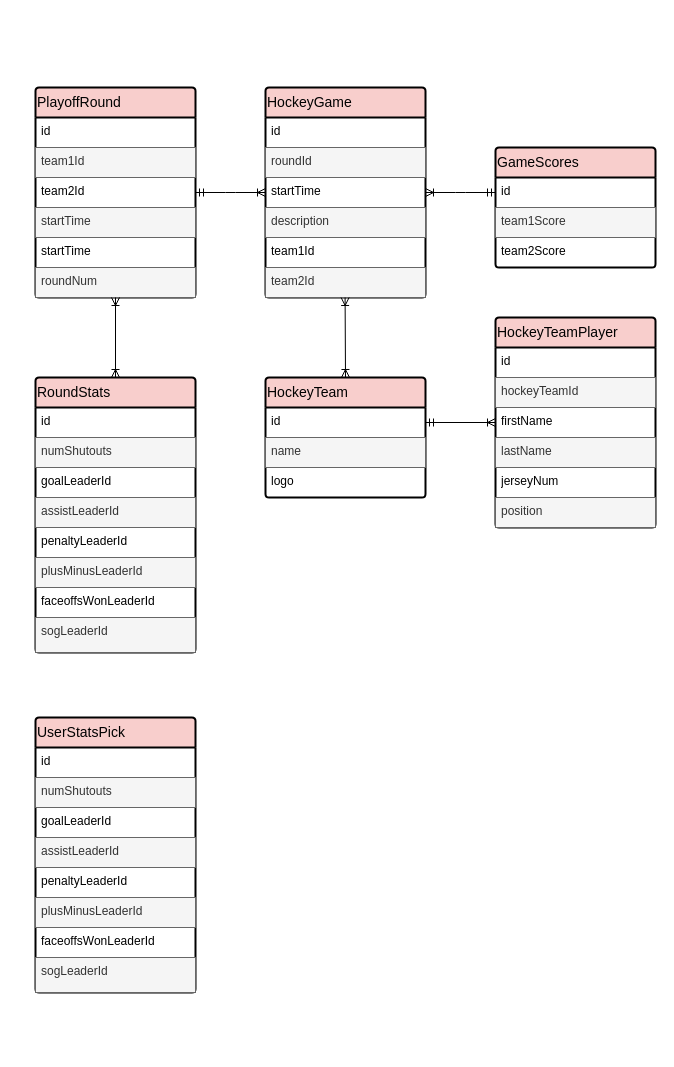
This is Practice1-2024100607.drawio from Robin-SS/Information-Management, a draw.io file, before an edit. Source tidied: cells renumbered, new cells numbered last; positions are measured from the earlier drawing's top-left corner, leaving out a move shared by most shapes. Both pictures are drawn from the tidied source at 100%, with x=0, y=0 at pixel (35, 87).
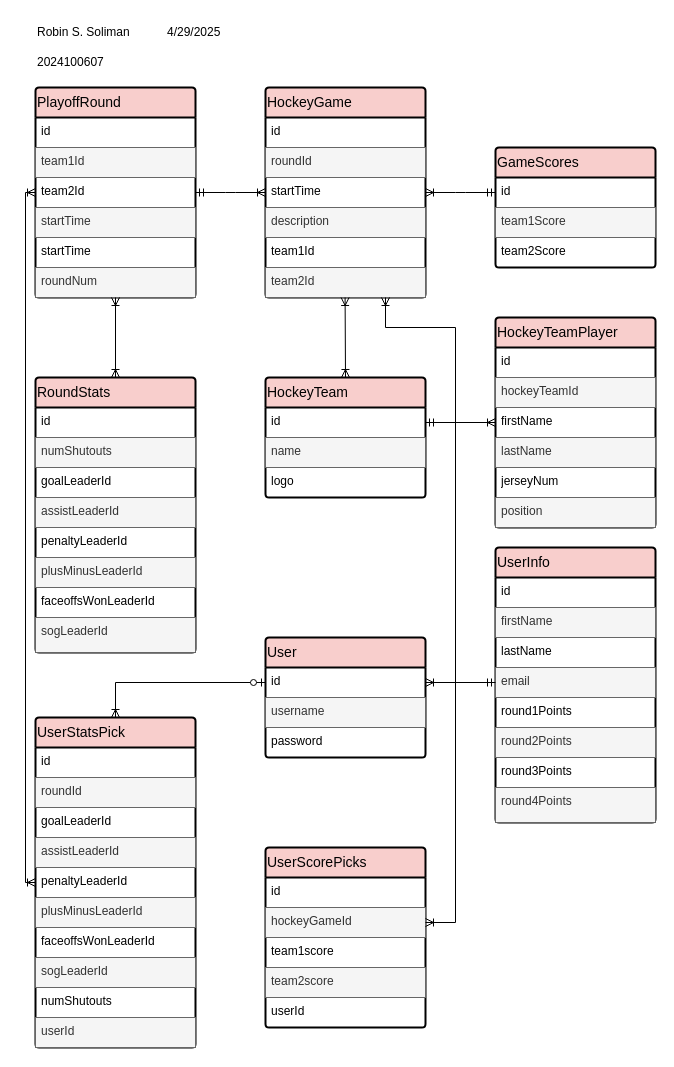
The same page after the edit.

The change refers to these unchanged cells:
```xml
<mxCell id="5" value="team2Id" style="text;strokeColor=none;fillColor=none;spacingLeft=4;spacingRight=4;overflow=hidden;points=[[0,0.5],[1,0.5]];portConstraint=eastwest;fontSize=12;whiteSpace=wrap;html=1;" parent="2" vertex="1">
  <mxGeometry y="90" width="160" height="30" as="geometry" />
</mxCell>
<mxCell id="9" value="HockeyGame" style="swimlane;horizontal=1;startSize=30;rounded=1;fontSize=14;fontStyle=0;strokeWidth=2;shadow=0;dashed=0;align=left;arcSize=4;whiteSpace=wrap;html=1;fillColor=#f8cecc;strokeColor=#000000;" parent="1" vertex="1">
  <mxGeometry x="230" width="160" height="210" as="geometry" />
</mxCell>
<mxCell id="50" value="penaltyLeaderId" style="text;strokeColor=none;fillColor=none;spacingLeft=4;spacingRight=4;overflow=hidden;points=[[0,0.5],[1,0.5]];portConstraint=eastwest;fontSize=12;whiteSpace=wrap;html=1;" parent="45" vertex="1">
  <mxGeometry y="150" width="160" height="30" as="geometry" />
</mxCell>
```

Change to the diagram source:
```diff
@@
     <mxCell id="45" value="UserStatsPick" style="swimlane;horizontal=1;startSize=30;rounded=1;fontSize=14;fontStyle=0;strokeWidth=2;shadow=0;dashed=0;align=left;arcSize=4;whiteSpace=wrap;html=1;fillColor=#f8cecc;strokeColor=#000000;" parent="1" vertex="1">
-      <mxGeometry y="630" width="160" height="275" as="geometry" />
+      <mxGeometry y="630" width="160" height="330" as="geometry" />
     </mxCell>
@@
-    <mxCell id="47" value="numShutouts" style="text;strokeColor=#666666;fillColor=#f5f5f5;spacingLeft=4;spacingRight=4;overflow=hidden;fontSize=12;whiteSpace=wrap;html=1;fontColor=#333333;" parent="45" vertex="1">
+    <mxCell id="47" value="roundId" style="text;strokeColor=#666666;fillColor=#f5f5f5;spacingLeft=4;spacingRight=4;overflow=hidden;fontSize=12;whiteSpace=wrap;html=1;fontColor=#333333;" parent="45" vertex="1">
       <mxGeometry y="60" width="160" height="30" as="geometry" />
     </mxCell>
@@
     <mxCell id="53" value="sogLeaderId" style="text;spacingLeft=4;spacingRight=4;overflow=hidden;fontSize=12;whiteSpace=wrap;html=1;fillColor=#f5f5f5;fontColor=#333333;strokeColor=#666666;" parent="45" vertex="1">
-      <mxGeometry y="240" width="160" height="35" as="geometry" />
+      <mxGeometry y="240" width="160" height="30" as="geometry" />
     </mxCell>
+    <mxCell id="54" value="numShutouts" style="text;spacingLeft=4;spacingRight=4;overflow=hidden;fontSize=12;whiteSpace=wrap;html=1;" parent="45" vertex="1">
+      <mxGeometry y="270" width="160" height="30" as="geometry" />
+    </mxCell>
+    <mxCell id="55" value="userId" style="text;spacingLeft=4;spacingRight=4;overflow=hidden;fontSize=12;whiteSpace=wrap;html=1;fillColor=#f5f5f5;fontColor=#333333;strokeColor=#666666;" parent="45" vertex="1">
+      <mxGeometry y="300" width="160" height="30" as="geometry" />
+    </mxCell>
+    <mxCell id="56" style="edgeStyle=orthogonalEdgeStyle;fontSize=12;html=1;endArrow=ERoneToMany;startArrow=ERoneToMany;rounded=0;entryX=0;entryY=0.5;entryDx=0;entryDy=0;exitX=0;exitY=0.5;exitDx=0;exitDy=0;" parent="1" edge="1" source="50" target="5">
+      <mxGeometry relative="1" as="geometry" />
+    </mxCell>
+    <mxCell id="57" value="User" style="swimlane;horizontal=1;startSize=30;rounded=1;fontSize=14;fontStyle=0;strokeWidth=2;shadow=0;dashed=0;align=left;arcSize=4;whiteSpace=wrap;html=1;fillColor=#f8cecc;strokeColor=#000000;" parent="1" vertex="1">
+      <mxGeometry x="230" y="550" width="160" height="120" as="geometry" />
+    </mxCell>
+    <mxCell id="58" value="id" style="text;strokeColor=none;fillColor=none;spacingLeft=4;spacingRight=4;overflow=hidden;points=[[0,0.5],[1,0.5]];portConstraint=eastwest;fontSize=12;whiteSpace=wrap;html=1;" parent="57" vertex="1">
+      <mxGeometry y="30" width="160" height="30" as="geometry" />
+    </mxCell>
+    <mxCell id="59" value="username" style="text;strokeColor=#666666;fillColor=#f5f5f5;spacingLeft=4;spacingRight=4;overflow=hidden;fontSize=12;whiteSpace=wrap;html=1;fontColor=#333333;" parent="57" vertex="1">
+      <mxGeometry y="60" width="160" height="30" as="geometry" />
+    </mxCell>
+    <mxCell id="60" value="password" style="text;strokeColor=none;fillColor=none;spacingLeft=4;spacingRight=4;overflow=hidden;fontSize=12;whiteSpace=wrap;html=1;" parent="57" vertex="1">
+      <mxGeometry y="90" width="160" height="30" as="geometry" />
+    </mxCell>
+    <mxCell id="61" style="edgeStyle=orthogonalEdgeStyle;fontSize=12;html=1;endArrow=ERoneToMany;startArrow=ERzeroToOne;rounded=0;entryX=0.5;entryY=0;entryDx=0;entryDy=0;exitX=0;exitY=0.5;exitDx=0;exitDy=0;" parent="1" edge="1" source="58" target="45">
+      <mxGeometry relative="1" as="geometry" />
+    </mxCell>
+    <mxCell id="62" value="UserInfo" style="swimlane;horizontal=1;startSize=30;rounded=1;fontSize=14;fontStyle=0;strokeWidth=2;shadow=0;dashed=0;align=left;arcSize=4;whiteSpace=wrap;html=1;fillColor=#f8cecc;strokeColor=#000000;" parent="1" vertex="1">
+      <mxGeometry x="460" y="460" width="160" height="275" as="geometry" />
+    </mxCell>
+    <mxCell id="63" value="id" style="text;strokeColor=none;fillColor=none;spacingLeft=4;spacingRight=4;overflow=hidden;fontSize=12;whiteSpace=wrap;html=1;" parent="62" vertex="1">
+      <mxGeometry y="30" width="160" height="30" as="geometry" />
+    </mxCell>
+    <mxCell id="64" value="firstName" style="text;strokeColor=#666666;fillColor=#f5f5f5;spacingLeft=4;spacingRight=4;overflow=hidden;fontSize=12;whiteSpace=wrap;html=1;fontColor=#333333;" parent="62" vertex="1">
+      <mxGeometry y="60" width="160" height="30" as="geometry" />
+    </mxCell>
+    <mxCell id="65" value="lastName" style="text;strokeColor=none;fillColor=none;spacingLeft=4;spacingRight=4;overflow=hidden;fontSize=12;whiteSpace=wrap;html=1;" parent="62" vertex="1">
+      <mxGeometry y="90" width="160" height="30" as="geometry" />
+    </mxCell>
+    <mxCell id="66" value="email" style="text;strokeColor=#666666;fillColor=#f5f5f5;spacingLeft=4;spacingRight=4;overflow=hidden;points=[[0,0.5],[1,0.5]];portConstraint=eastwest;fontSize=12;whiteSpace=wrap;html=1;fontColor=#333333;" parent="62" vertex="1">
+      <mxGeometry y="120" width="160" height="30" as="geometry" />
+    </mxCell>
+    <mxCell id="67" value="round1Points" style="text;strokeColor=none;fillColor=none;spacingLeft=4;spacingRight=4;overflow=hidden;fontSize=12;whiteSpace=wrap;html=1;" parent="62" vertex="1">
+      <mxGeometry y="150" width="160" height="30" as="geometry" />
+    </mxCell>
+    <mxCell id="68" value="round2Points" style="text;strokeColor=#666666;fillColor=#f5f5f5;spacingLeft=4;spacingRight=4;overflow=hidden;fontSize=12;whiteSpace=wrap;html=1;fontColor=#333333;" parent="62" vertex="1">
+      <mxGeometry y="180" width="160" height="30" as="geometry" />
+    </mxCell>
+    <mxCell id="69" value="round3Points" style="text;spacingLeft=4;spacingRight=4;overflow=hidden;fontSize=12;whiteSpace=wrap;html=1;" parent="62" vertex="1">
+      <mxGeometry y="210" width="160" height="30" as="geometry" />
+    </mxCell>
+    <mxCell id="70" value="round4Points" style="text;spacingLeft=4;spacingRight=4;overflow=hidden;fontSize=12;whiteSpace=wrap;html=1;fillColor=#f5f5f5;fontColor=#333333;strokeColor=#666666;" parent="62" vertex="1">
+      <mxGeometry y="240" width="160" height="35" as="geometry" />
+    </mxCell>
+    <mxCell id="71" style="fontSize=12;html=1;endArrow=ERoneToMany;startArrow=ERmandOne;rounded=0;entryX=1;entryY=0.5;entryDx=0;entryDy=0;exitX=0;exitY=0.5;exitDx=0;exitDy=0;" parent="1" edge="1" source="66" target="58">
+      <mxGeometry relative="1" as="geometry" />
+    </mxCell>
+    <mxCell id="72" value="UserScorePicks" style="swimlane;horizontal=1;startSize=30;rounded=1;fontSize=14;fontStyle=0;strokeWidth=2;shadow=0;dashed=0;align=left;arcSize=4;whiteSpace=wrap;html=1;fillColor=#f8cecc;strokeColor=#000000;" parent="1" vertex="1">
+      <mxGeometry x="230" y="760" width="160" height="180" as="geometry" />
+    </mxCell>
+    <mxCell id="73" value="id" style="text;strokeColor=none;fillColor=none;spacingLeft=4;spacingRight=4;overflow=hidden;fontSize=12;whiteSpace=wrap;html=1;" parent="72" vertex="1">
+      <mxGeometry y="30" width="160" height="30" as="geometry" />
+    </mxCell>
+    <mxCell id="74" value="hockeyGameId" style="text;strokeColor=#666666;fillColor=#f5f5f5;spacingLeft=4;spacingRight=4;overflow=hidden;points=[[0,0.5],[1,0.5]];portConstraint=eastwest;fontSize=12;whiteSpace=wrap;html=1;fontColor=#333333;" parent="72" vertex="1">
+      <mxGeometry y="60" width="160" height="30" as="geometry" />
+    </mxCell>
+    <mxCell id="75" value="team1score" style="text;strokeColor=none;fillColor=none;spacingLeft=4;spacingRight=4;overflow=hidden;fontSize=12;whiteSpace=wrap;html=1;" parent="72" vertex="1">
+      <mxGeometry y="90" width="160" height="30" as="geometry" />
+    </mxCell>
+    <mxCell id="76" value="team2score" style="text;strokeColor=#666666;fillColor=#f5f5f5;spacingLeft=4;spacingRight=4;overflow=hidden;fontSize=12;whiteSpace=wrap;html=1;fontColor=#333333;" parent="72" vertex="1">
+      <mxGeometry y="120" width="160" height="30" as="geometry" />
+    </mxCell>
+    <mxCell id="77" value="userId" style="text;strokeColor=none;fillColor=none;spacingLeft=4;spacingRight=4;overflow=hidden;fontSize=12;whiteSpace=wrap;html=1;" parent="72" vertex="1">
+      <mxGeometry y="150" width="160" height="30" as="geometry" />
+    </mxCell>
+    <mxCell id="78" style="edgeStyle=orthogonalEdgeStyle;fontSize=12;html=1;endArrow=ERoneToMany;startArrow=ERoneToMany;rounded=0;entryX=0.75;entryY=1;entryDx=0;entryDy=0;exitX=1;exitY=0.5;exitDx=0;exitDy=0;" parent="1" edge="1" source="74" target="9">
+      <mxGeometry relative="1" as="geometry">
+        <Array as="points">
+          <mxPoint x="420" y="835" />
+          <mxPoint x="420" y="240" />
+          <mxPoint x="350" y="240" />
+        </Array>
+      </mxGeometry>
+    </mxCell>
+    <mxCell id="79" value="Robin S. Soliman" style="text;html=1;align=left;verticalAlign=middle;whiteSpace=wrap;rounded=0;" parent="1" vertex="1">
+      <mxGeometry y="-70" width="120" height="30" as="geometry" />
+    </mxCell>
+    <mxCell id="80" value="2024100607" style="text;html=1;align=left;verticalAlign=middle;whiteSpace=wrap;rounded=0;" parent="1" vertex="1">
+      <mxGeometry y="-40" width="120" height="30" as="geometry" />
+    </mxCell>
+    <mxCell id="81" value="4/29/2025" style="text;html=1;align=left;verticalAlign=middle;whiteSpace=wrap;rounded=0;" parent="1" vertex="1">
+      <mxGeometry x="130" y="-70" width="120" height="30" as="geometry" />
+    </mxCell>
```
